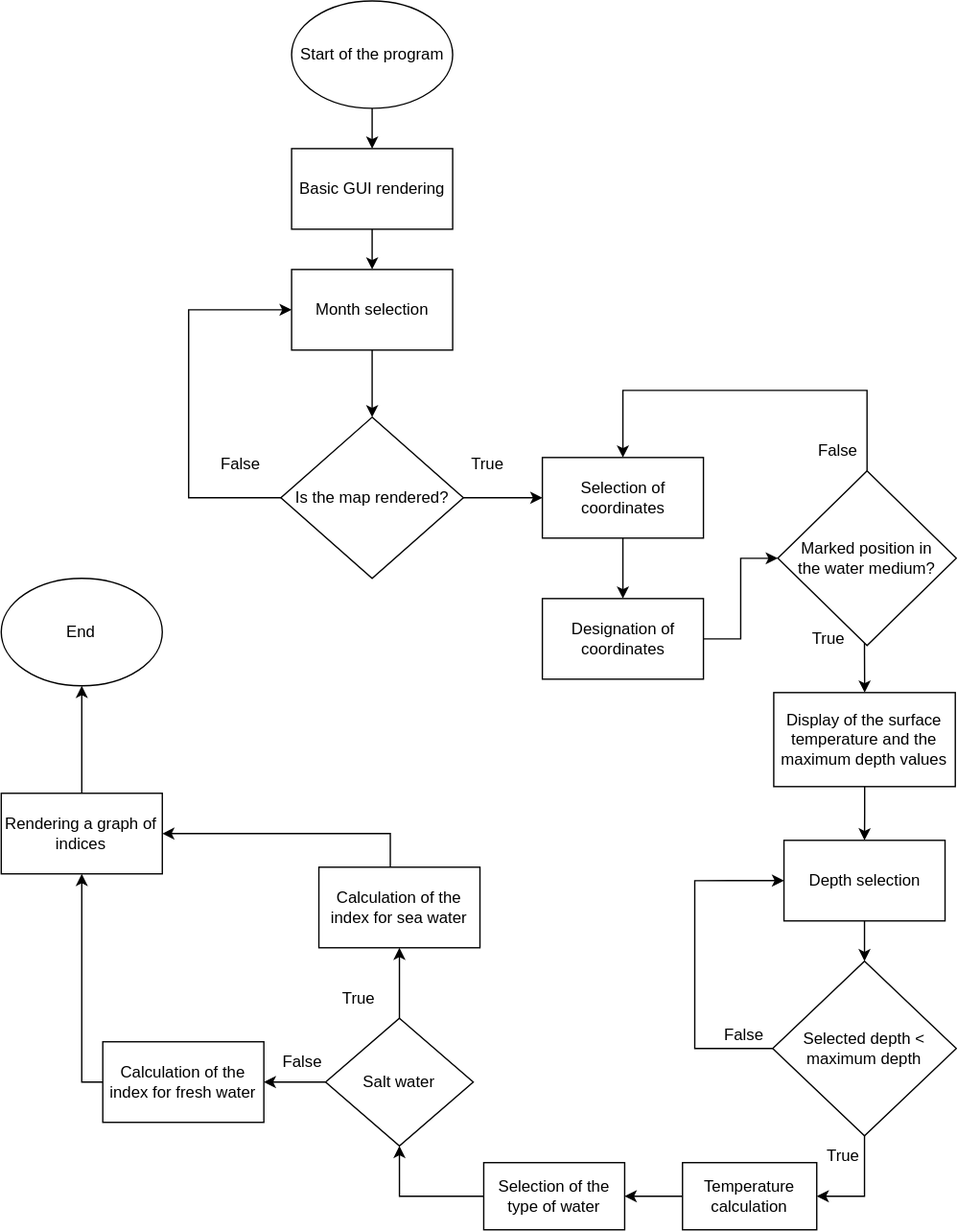
Before: world_map.drawio.svg, a diagram exported from draw.io (OndraFoltyn/digital-electronics-1). Source tidied: cells renumbered, new cells last; positions are measured from the earlier drawing's top-left corner, leaving out a move shared by most shapes.
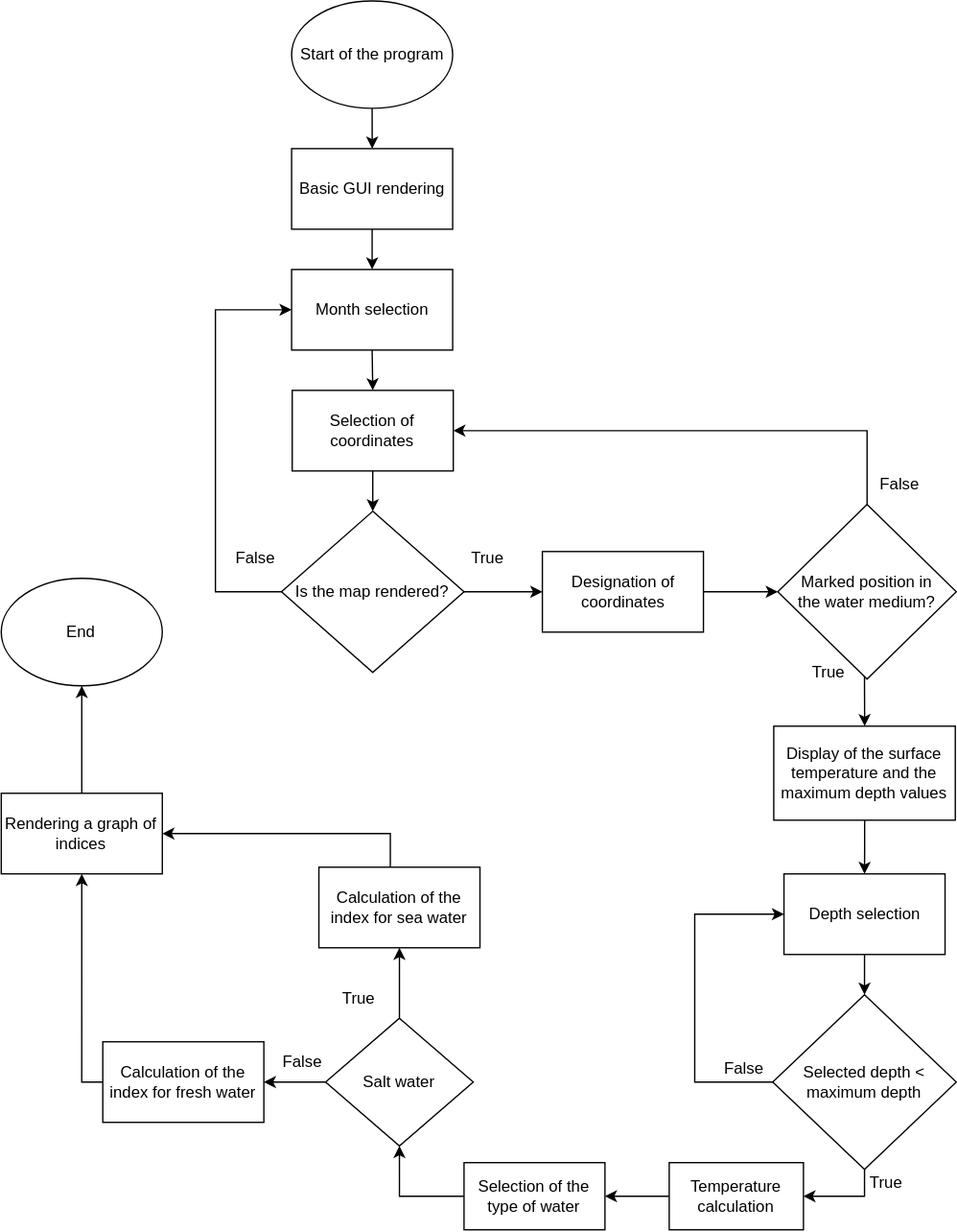
The same file after the commit.

The edit, as a diff of the source:
```diff
@@ -14,77 +14,72 @@
     <mxCell id="5" value="Basic GUI rendering" style="whiteSpace=wrap;html=1;" parent="1" vertex="1">
       <mxGeometry x="216.8" y="110" width="120" height="60" as="geometry" />
     </mxCell>
-    <mxCell id="6" style="edgeStyle=orthogonalEdgeStyle;rounded=0;jettySize=auto;html=1;exitX=0.5;exitY=1;exitDx=0;exitDy=0;entryX=0.5;entryY=0;entryDx=0;entryDy=0;" parent="1" edge="1" source="7" target="12">
-      <mxGeometry relative="1" as="geometry" />
-    </mxCell>
+    <mxCell id="47" style="edgeStyle=orthogonalEdgeStyle;rounded=0;jettySize=auto;html=1;exitX=0.5;exitY=1;exitDx=0;exitDy=0;entryX=0.5;entryY=0;entryDx=0;entryDy=0;" parent="1" edge="1" source="7" target="10">
+      <mxGeometry relative="1" as="geometry" />
+    </mxCell>
     <mxCell id="7" value="Selection of coordinates" style="whiteSpace=wrap;html=1;" parent="1" vertex="1">
-      <mxGeometry x="403.6" y="340" width="120" height="60" as="geometry" />
+      <mxGeometry x="217.2" y="290" width="120" height="60" as="geometry" />
     </mxCell>
+    <mxCell id="48" style="edgeStyle=orthogonalEdgeStyle;rounded=0;jettySize=auto;html=1;exitX=1;exitY=0.5;exitDx=0;exitDy=0;entryX=0;entryY=0.5;entryDx=0;entryDy=0;" parent="1" edge="1" source="10" target="12">
+      <mxGeometry relative="1" as="geometry" />
+    </mxCell>
     <mxCell id="8" style="edgeStyle=orthogonalEdgeStyle;rounded=0;jettySize=auto;html=1;exitX=0;exitY=0.5;exitDx=0;exitDy=0;entryX=0;entryY=0.5;entryDx=0;entryDy=0;" parent="1" edge="1" source="10" target="44">
       <mxGeometry relative="1" as="geometry">
         <Array as="points">
-          <mxPoint x="140" y="370" />
-          <mxPoint x="140" y="230" />
+          <mxPoint x="160" y="440" />
+          <mxPoint x="160" y="230" />
         </Array>
       </mxGeometry>
     </mxCell>
-    <mxCell id="9" style="edgeStyle=orthogonalEdgeStyle;rounded=0;jettySize=auto;html=1;exitX=1;exitY=0.5;exitDx=0;exitDy=0;entryX=0;entryY=0.5;entryDx=0;entryDy=0;" parent="1" edge="1" source="10" target="7">
-      <mxGeometry relative="1" as="geometry" />
-    </mxCell>
     <mxCell id="10" value="Is the map rendered?" style="rhombus;whiteSpace=wrap;html=1;" parent="1" vertex="1">
-      <mxGeometry x="208.8" y="310" width="136" height="120" as="geometry" />
+      <mxGeometry x="209.2" y="380" width="136" height="120" as="geometry" />
     </mxCell>
     <mxCell id="11" style="edgeStyle=orthogonalEdgeStyle;rounded=0;jettySize=auto;html=1;exitX=1;exitY=0.5;exitDx=0;exitDy=0;entryX=0;entryY=0.5;entryDx=0;entryDy=0;" parent="1" edge="1" source="12" target="17">
       <mxGeometry relative="1" as="geometry" />
     </mxCell>
     <mxCell id="12" value="Designation of coordinates" style="whiteSpace=wrap;html=1;" parent="1" vertex="1">
-      <mxGeometry x="403.6" y="445" width="120" height="60" as="geometry" />
+      <mxGeometry x="403.6" y="410" width="120" height="60" as="geometry" />
     </mxCell>
     <mxCell id="13" value="True" style="text;html=1;strokeColor=none;fillColor=none;align=center;verticalAlign=middle;whiteSpace=wrap;rounded=0;" parent="1" vertex="1">
-      <mxGeometry x="332.5" y="330" width="60" height="30" as="geometry" />
+      <mxGeometry x="333" y="400" width="60" height="30" as="geometry" />
     </mxCell>
     <mxCell id="14" value="False" style="text;html=1;strokeColor=none;fillColor=none;align=center;verticalAlign=middle;whiteSpace=wrap;rounded=0;" parent="1" vertex="1">
-      <mxGeometry x="148.8" y="330" width="60" height="30" as="geometry" />
+      <mxGeometry x="160" y="400" width="60" height="30" as="geometry" />
     </mxCell>
     <mxCell id="15" style="edgeStyle=orthogonalEdgeStyle;rounded=0;jettySize=auto;html=1;" parent="1" edge="1" target="20">
       <mxGeometry relative="1" as="geometry">
-        <mxPoint x="643.6" y="460" as="sourcePoint" />
+        <mxPoint x="643.6" y="485" as="sourcePoint" />
       </mxGeometry>
     </mxCell>
-    <mxCell id="16" style="edgeStyle=orthogonalEdgeStyle;rounded=0;jettySize=auto;html=1;exitX=0.5;exitY=0;exitDx=0;exitDy=0;entryX=0.5;entryY=0;entryDx=0;entryDy=0;" parent="1" edge="1" source="17" target="7">
-      <mxGeometry relative="1" as="geometry">
-        <Array as="points">
-          <mxPoint x="645" y="290" />
-          <mxPoint x="464" y="290" />
-        </Array>
-      </mxGeometry>
+    <mxCell id="16" style="edgeStyle=orthogonalEdgeStyle;rounded=0;jettySize=auto;html=1;exitX=0.5;exitY=0;exitDx=0;exitDy=0;entryX=1;entryY=0.5;entryDx=0;entryDy=0;" parent="1" edge="1" source="17" target="7">
+      <mxGeometry relative="1" as="geometry" />
     </mxCell>
     <mxCell id="17" value="Marked position in &lt;br&gt;the water medium?" style="rhombus;whiteSpace=wrap;html=1;" parent="1" vertex="1">
-      <mxGeometry x="579" y="350" width="133" height="130" as="geometry" />
+      <mxGeometry x="579" y="375" width="133" height="130" as="geometry" />
     </mxCell>
     <mxCell id="18" value="False" style="text;html=1;strokeColor=none;fillColor=none;align=center;verticalAlign=middle;whiteSpace=wrap;rounded=0;" parent="1" vertex="1">
-      <mxGeometry x="594.1" y="320" width="60" height="30" as="geometry" />
+      <mxGeometry x="640" y="345" width="60" height="30" as="geometry" />
     </mxCell>
     <mxCell id="19" style="edgeStyle=orthogonalEdgeStyle;rounded=0;jettySize=auto;html=1;" parent="1" edge="1" source="20" target="23">
       <mxGeometry relative="1" as="geometry" />
     </mxCell>
     <mxCell id="20" value="Display of the surface temperature and the maximum depth values" style="whiteSpace=wrap;html=1;" parent="1" vertex="1">
-      <mxGeometry x="576" y="515" width="135.2" height="70" as="geometry" />
+      <mxGeometry x="576" y="540" width="135.2" height="70" as="geometry" />
     </mxCell>
     <mxCell id="21" value="True" style="text;html=1;strokeColor=none;fillColor=none;align=center;verticalAlign=middle;whiteSpace=wrap;rounded=0;" parent="1" vertex="1">
-      <mxGeometry x="587.1" y="460" width="60" height="30" as="geometry" />
+      <mxGeometry x="587.1" y="485" width="60" height="30" as="geometry" />
     </mxCell>
     <mxCell id="22" style="edgeStyle=orthogonalEdgeStyle;rounded=0;jettySize=auto;html=1;" parent="1" edge="1" source="23" target="26">
       <mxGeometry relative="1" as="geometry" />
     </mxCell>
     <mxCell id="23" value="Depth selection" style="whiteSpace=wrap;html=1;" parent="1" vertex="1">
-      <mxGeometry x="583.6" y="625" width="120" height="60" as="geometry" />
+      <mxGeometry x="583.6" y="650" width="120" height="60" as="geometry" />
     </mxCell>
     <mxCell id="24" style="edgeStyle=orthogonalEdgeStyle;rounded=0;jettySize=auto;html=1;exitX=0;exitY=0.5;exitDx=0;exitDy=0;entryX=0;entryY=0.5;entryDx=0;entryDy=0;" parent="1" edge="1" source="26" target="23">
       <mxGeometry relative="1" as="geometry">
         <Array as="points">
-          <mxPoint x="517.1" y="780" />
-          <mxPoint x="517.1" y="655" />
+          <mxPoint x="517.1" y="805" />
+          <mxPoint x="517.1" y="680" />
         </Array>
       </mxGeometry>
     </mxCell>
@@ -92,19 +87,19 @@
       <mxGeometry relative="1" as="geometry" />
     </mxCell>
     <mxCell id="26" value="Selected depth &amp;lt; &lt;br&gt;maximum depth" style="rhombus;whiteSpace=wrap;html=1;" parent="1" vertex="1">
-      <mxGeometry x="575.2" y="715" width="136.8" height="130" as="geometry" />
+      <mxGeometry x="575.2" y="740" width="136.8" height="130" as="geometry" />
     </mxCell>
     <mxCell id="27" value="False" style="text;html=1;strokeColor=none;fillColor=none;align=center;verticalAlign=middle;whiteSpace=wrap;rounded=0;" parent="1" vertex="1">
-      <mxGeometry x="523.6" y="755" width="60" height="30" as="geometry" />
+      <mxGeometry x="523.6" y="780" width="60" height="30" as="geometry" />
     </mxCell>
     <mxCell id="28" style="edgeStyle=orthogonalEdgeStyle;rounded=0;jettySize=auto;html=1;exitX=0;exitY=0.5;exitDx=0;exitDy=0;entryX=1;entryY=0.5;entryDx=0;entryDy=0;" parent="1" edge="1" source="29" target="46">
       <mxGeometry relative="1" as="geometry" />
     </mxCell>
     <mxCell id="29" value="Temperature calculation" style="whiteSpace=wrap;html=1;" parent="1" vertex="1">
-      <mxGeometry x="508" y="865" width="100" height="50" as="geometry" />
+      <mxGeometry x="498.1" y="865" width="100" height="50" as="geometry" />
     </mxCell>
     <mxCell id="30" value="True" style="text;html=1;strokeColor=none;fillColor=none;align=center;verticalAlign=middle;whiteSpace=wrap;rounded=0;" parent="1" vertex="1">
-      <mxGeometry x="598.1" y="845" width="60" height="30" as="geometry" />
+      <mxGeometry x="630" y="865" width="60" height="30" as="geometry" />
     </mxCell>
     <mxCell id="31" style="edgeStyle=orthogonalEdgeStyle;rounded=0;jettySize=auto;html=1;" parent="1" edge="1" source="33" target="35">
       <mxGeometry relative="1" as="geometry" />
@@ -150,9 +145,9 @@
     <mxCell id="42" value="End" style="ellipse;whiteSpace=wrap;html=1;" parent="1" vertex="1">
       <mxGeometry x="0.4" y="430" width="120" height="80" as="geometry" />
     </mxCell>
-    <mxCell id="43" style="edgeStyle=orthogonalEdgeStyle;rounded=0;jettySize=auto;html=1;exitX=0.5;exitY=1;exitDx=0;exitDy=0;" parent="1" edge="1" source="44" target="10">
-      <mxGeometry relative="1" as="geometry" />
-    </mxCell>
+    <mxCell id="49" style="edgeStyle=orthogonalEdgeStyle;rounded=0;jettySize=auto;html=1;exitX=0.5;exitY=1;exitDx=0;exitDy=0;entryX=0.5;entryY=0;entryDx=0;entryDy=0;" parent="1" edge="1" source="44" target="7">
+      <mxGeometry relative="1" as="geometry" />
+    </mxCell>
     <mxCell id="44" value="Month selection" style="rounded=0;whiteSpace=wrap;html=1;" parent="1" vertex="1">
       <mxGeometry x="216.8" y="200" width="120" height="60" as="geometry" />
     </mxCell>
@@ -160,7 +155,7 @@
       <mxGeometry relative="1" as="geometry" />
     </mxCell>
     <mxCell id="46" value="Selection of the type of water" style="rounded=0;whiteSpace=wrap;html=1;" parent="1" vertex="1">
-      <mxGeometry x="359.9" y="865" width="105" height="50" as="geometry" />
+      <mxGeometry x="345.2" y="865" width="105" height="50" as="geometry" />
     </mxCell>
   </root>
 </mxGraphModel>
```
